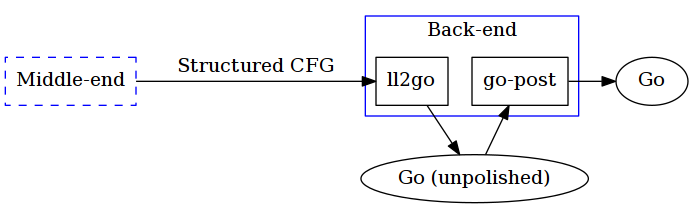
Earlier version of the Graphviz export inc/back-end.png (decomp/doc). Its source is kept beside it as inc/back-end.dot.
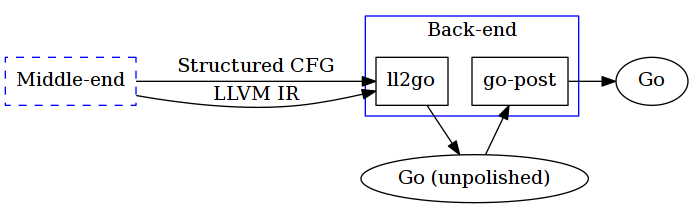
Above is the later version.

Change to the diagram source:
```diff
@@ -10,14 +10,15 @@
 		post [label="go-post" shape=box]
 	}
 
-	tmp [label="Go (unpolished)"]
+	tmpgo [label="Go (unpolished)"]
 
 	Out [label="Go"]
 
 	Middle -> ll2go [label="Structured CFG" minlen=5]
+	Middle -> ll2go [label="LLVM IR"]
 
-	ll2go -> tmp
-	tmp -> post
+	ll2go -> tmpgo
+	tmpgo -> post
 	post -> Out
 
 	{rank=same Middle ll2go post Out}
```
